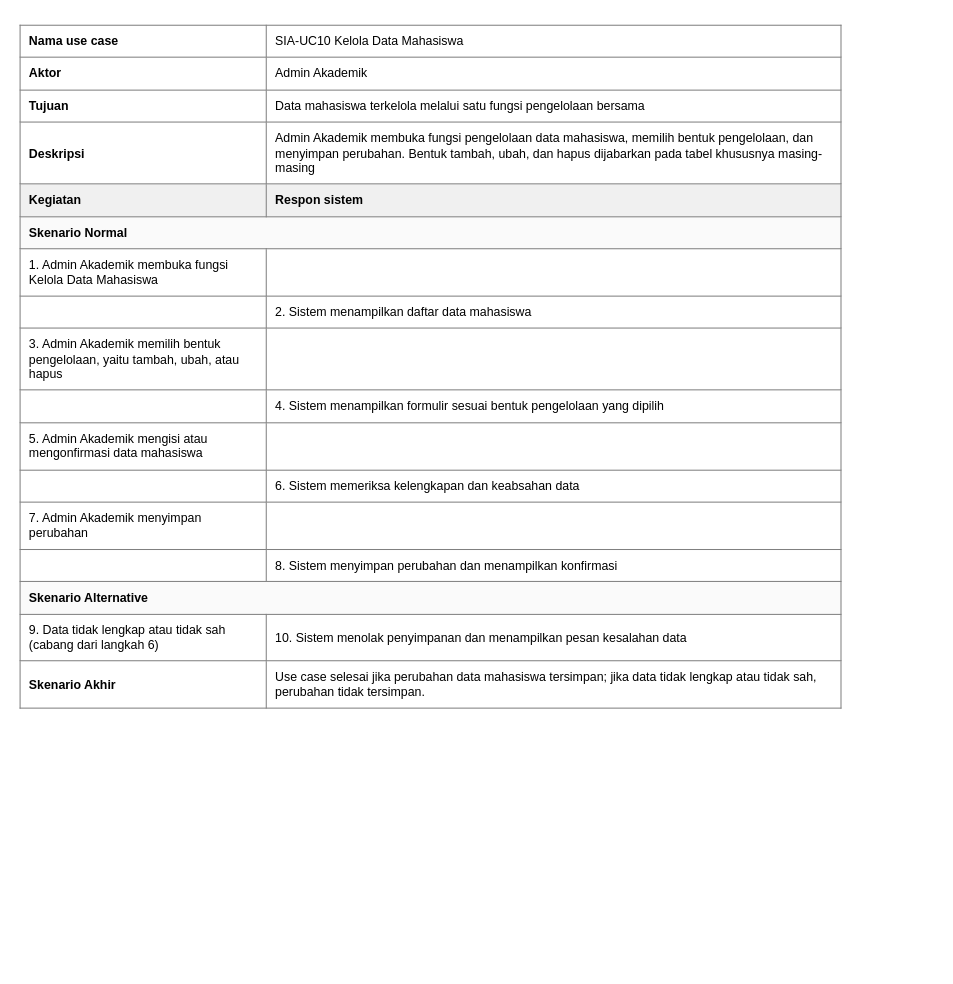
The draw.io diagram page "SIA-UC10" (4 of 7) of 04_Model_Analisis/P05/SIA/P05_2406072_SIA_usecase_v01.drawio in nabilmuhammadramadhan/IFRWP5149_2406072_LabAlat, before the edit. Source tidied: cells renumbered, new cells numbered last; positions are measured from the earlier drawing's top-left corner, leaving out a move shared by most shapes. Both pictures are drawn from the tidied source at 103%, with x=0, y=0 at pixel (18, 18).
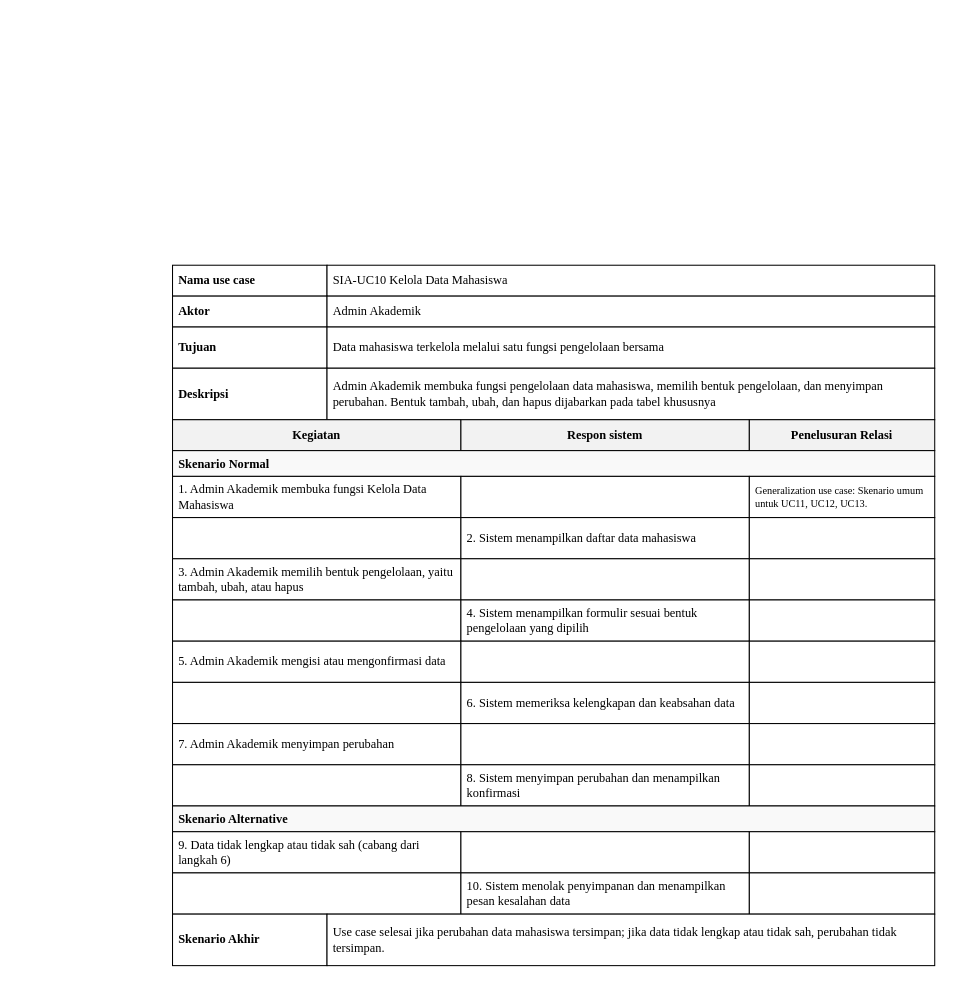
Above is the later version.

Diff of the diagram source:
```diff
@@
-    <mxCell id="2" value="&lt;table border='1' cellpadding='8' cellspacing='0' style='border-collapse:collapse; width:100%; font-family:Arial, sans-serif; font-size:12px;'&gt;     &lt;tr&gt;&lt;td width='30%'&gt;&lt;b&gt;Nama use case&lt;/b&gt;&lt;/td&gt;&lt;td&gt;SIA-UC10 Kelola Data Mahasiswa&lt;/td&gt;&lt;/tr&gt;     &lt;tr&gt;&lt;td&gt;&lt;b&gt;Aktor&lt;/b&gt;&lt;/td&gt;&lt;td&gt;Admin Akademik&lt;/td&gt;&lt;/tr&gt;     &lt;tr&gt;&lt;td&gt;&lt;b&gt;Tujuan&lt;/b&gt;&lt;/td&gt;&lt;td&gt;Data mahasiswa terkelola melalui satu fungsi pengelolaan bersama&lt;/td&gt;&lt;/tr&gt;     &lt;tr&gt;&lt;td&gt;&lt;b&gt;Deskripsi&lt;/b&gt;&lt;/td&gt;&lt;td&gt;Admin Akademik membuka fungsi pengelolaan data mahasiswa, memilih bentuk pengelolaan, dan menyimpan perubahan. Bentuk tambah, ubah, dan hapus dijabarkan pada tabel khususnya masing-masing&lt;/td&gt;&lt;/tr&gt;     &lt;tr style='background-color:#f0f0f0;'&gt;&lt;td&gt;&lt;b&gt;Kegiatan&lt;/b&gt;&lt;/td&gt;&lt;td&gt;&lt;b&gt;Respon sistem&lt;/b&gt;&lt;/td&gt;&lt;/tr&gt;     &lt;tr style='background-color:#fafafa;'&gt;&lt;td colspan='2'&gt;&lt;b&gt;Skenario Normal&lt;/b&gt;&lt;/td&gt;&lt;/tr&gt;     &lt;tr&gt;&lt;td&gt;1. Admin Akademik membuka fungsi Kelola Data Mahasiswa&lt;/td&gt;&lt;td&gt;&lt;/td&gt;&lt;/tr&gt;     &lt;tr&gt;&lt;td&gt;&lt;/td&gt;&lt;td&gt;2. Sistem menampilkan daftar data mahasiswa&lt;/td&gt;&lt;/tr&gt;     &lt;tr&gt;&lt;td&gt;3. Admin Akademik memilih bentuk pengelolaan, yaitu tambah, ubah, atau hapus&lt;/td&gt;&lt;td&gt;&lt;/td&gt;&lt;/tr&gt;     &lt;tr&gt;&lt;td&gt;&lt;/td&gt;&lt;td&gt;4. Sistem menampilkan formulir sesuai bentuk pengelolaan yang dipilih&lt;/td&gt;&lt;/tr&gt;     &lt;tr&gt;&lt;td&gt;5. Admin Akademik mengisi atau mengonfirmasi data mahasiswa&lt;/td&gt;&lt;td&gt;&lt;/td&gt;&lt;/tr&gt;     &lt;tr&gt;&lt;td&gt;&lt;/td&gt;&lt;td&gt;6. Sistem memeriksa kelengkapan dan keabsahan data&lt;/td&gt;&lt;/tr&gt;     &lt;tr&gt;&lt;td&gt;7. Admin Akademik menyimpan perubahan&lt;/td&gt;&lt;td&gt;&lt;/td&gt;&lt;/tr&gt;     &lt;tr&gt;&lt;td&gt;&lt;/td&gt;&lt;td&gt;8. Sistem menyimpan perubahan dan menampilkan konfirmasi&lt;/td&gt;&lt;/tr&gt;     &lt;tr style='background-color:#fafafa;'&gt;&lt;td colspan='2'&gt;&lt;b&gt;Skenario Alternative&lt;/b&gt;&lt;/td&gt;&lt;/tr&gt;     &lt;tr&gt;&lt;td&gt;9. Data tidak lengkap atau tidak sah (cabang dari langkah 6)&lt;/td&gt;&lt;td&gt;10. Sistem menolak penyimpanan dan menampilkan pesan kesalahan data&lt;/td&gt;&lt;/tr&gt;     &lt;tr&gt;&lt;td&gt;&lt;b&gt;Skenario Akhir&lt;/b&gt;&lt;/td&gt;&lt;td&gt;Use case selesai jika perubahan data mahasiswa tersimpan; jika data tidak lengkap atau tidak sah, perubahan tidak tersimpan.&lt;/td&gt;&lt;/tr&gt;     &lt;/table&gt;" style="text;html=1;whiteSpace=wrap;" parent="1" vertex="1">
-      <mxGeometry width="800" height="600" as="geometry" />
-    </mxCell>
+    <mxCell id="3" value="Nama use case" style="rounded=0;whiteSpace=wrap;html=1;align=left;verticalAlign=middle;spacingLeft=4;fontFamily=Times New Roman;fontSize=12;strokeColor=#000000;fillColor=#FFFFFF;fontStyle=1;" parent="1" vertex="1">
+      <mxGeometry x="150" y="240" width="150" height="30" as="geometry" />
+    </mxCell>
+    <mxCell id="4" value="SIA-UC10 Kelola Data Mahasiswa" style="rounded=0;whiteSpace=wrap;html=1;align=left;verticalAlign=middle;spacingLeft=4;fontFamily=Times New Roman;fontSize=12;strokeColor=#000000;fillColor=#FFFFFF;" parent="1" vertex="1">
+      <mxGeometry x="300" y="240" width="590" height="30" as="geometry" />
+    </mxCell>
+    <mxCell id="5" value="Aktor" style="rounded=0;whiteSpace=wrap;html=1;align=left;verticalAlign=middle;spacingLeft=4;fontFamily=Times New Roman;fontSize=12;strokeColor=#000000;fillColor=#FFFFFF;fontStyle=1;" parent="1" vertex="1">
+      <mxGeometry x="150" y="270" width="150" height="30" as="geometry" />
+    </mxCell>
+    <mxCell id="6" value="Admin Akademik" style="rounded=0;whiteSpace=wrap;html=1;align=left;verticalAlign=middle;spacingLeft=4;fontFamily=Times New Roman;fontSize=12;strokeColor=#000000;fillColor=#FFFFFF;" parent="1" vertex="1">
+      <mxGeometry x="300" y="270" width="590" height="30" as="geometry" />
+    </mxCell>
+    <mxCell id="7" value="Tujuan" style="rounded=0;whiteSpace=wrap;html=1;align=left;verticalAlign=middle;spacingLeft=4;fontFamily=Times New Roman;fontSize=12;strokeColor=#000000;fillColor=#FFFFFF;fontStyle=1;" parent="1" vertex="1">
+      <mxGeometry x="150" y="300" width="150" height="40" as="geometry" />
+    </mxCell>
+    <mxCell id="8" value="Data mahasiswa terkelola melalui satu fungsi pengelolaan bersama" style="rounded=0;whiteSpace=wrap;html=1;align=left;verticalAlign=middle;spacingLeft=4;fontFamily=Times New Roman;fontSize=12;strokeColor=#000000;fillColor=#FFFFFF;" parent="1" vertex="1">
+      <mxGeometry x="300" y="300" width="590" height="40" as="geometry" />
+    </mxCell>
+    <mxCell id="9" value="Deskripsi" style="rounded=0;whiteSpace=wrap;html=1;align=left;verticalAlign=middle;spacingLeft=4;fontFamily=Times New Roman;fontSize=12;strokeColor=#000000;fillColor=#FFFFFF;fontStyle=1;" parent="1" vertex="1">
+      <mxGeometry x="150" y="340" width="150" height="50" as="geometry" />
+    </mxCell>
+    <mxCell id="10" value="Admin Akademik membuka fungsi pengelolaan data mahasiswa, memilih bentuk pengelolaan, dan menyimpan perubahan. Bentuk tambah, ubah, dan hapus dijabarkan pada tabel khususnya" style="rounded=0;whiteSpace=wrap;html=1;align=left;verticalAlign=middle;spacingLeft=4;fontFamily=Times New Roman;fontSize=12;strokeColor=#000000;fillColor=#FFFFFF;" parent="1" vertex="1">
+      <mxGeometry x="300" y="340" width="590" height="50" as="geometry" />
+    </mxCell>
+    <mxCell id="11" value="Kegiatan" style="rounded=0;whiteSpace=wrap;html=1;align=center;verticalAlign=middle;fontFamily=Times New Roman;fontSize=12;strokeColor=#000000;fillColor=#F2F2F2;fontStyle=1;" parent="1" vertex="1">
+      <mxGeometry x="150" y="390" width="280" height="30" as="geometry" />
+    </mxCell>
+    <mxCell id="12" value="Respon sistem" style="rounded=0;whiteSpace=wrap;html=1;align=center;verticalAlign=middle;fontFamily=Times New Roman;fontSize=12;strokeColor=#000000;fillColor=#F2F2F2;fontStyle=1;" parent="1" vertex="1">
+      <mxGeometry x="430" y="390" width="280" height="30" as="geometry" />
+    </mxCell>
+    <mxCell id="13" value="Penelusuran Relasi" style="rounded=0;whiteSpace=wrap;html=1;align=center;verticalAlign=middle;fontFamily=Times New Roman;fontSize=12;strokeColor=#000000;fillColor=#F2F2F2;fontStyle=1;" parent="1" vertex="1">
+      <mxGeometry x="710" y="390" width="180" height="30" as="geometry" />
+    </mxCell>
+    <mxCell id="14" value="Skenario Normal" style="rounded=0;whiteSpace=wrap;html=1;align=left;verticalAlign=middle;spacingLeft=4;fontFamily=Times New Roman;fontSize=12;strokeColor=#000000;fillColor=#F9F9F9;fontStyle=1;" parent="1" vertex="1">
+      <mxGeometry x="150" y="420" width="740" height="25" as="geometry" />
+    </mxCell>
+    <mxCell id="15" value="1. Admin Akademik membuka fungsi Kelola Data Mahasiswa" style="rounded=0;whiteSpace=wrap;html=1;align=left;verticalAlign=middle;spacingLeft=4;fontFamily=Times New Roman;fontSize=12;strokeColor=#000000;fillColor=#FFFFFF;" parent="1" vertex="1">
+      <mxGeometry x="150" y="445" width="280" height="40" as="geometry" />
+    </mxCell>
+    <mxCell id="16" style="rounded=0;whiteSpace=wrap;html=1;align=left;verticalAlign=middle;spacingLeft=4;fontFamily=Times New Roman;fontSize=12;strokeColor=#000000;fillColor=#FFFFFF;" parent="1" vertex="1">
+      <mxGeometry x="430" y="445" width="280" height="40" as="geometry" />
+    </mxCell>
+    <mxCell id="17" value="Generalization use case: Skenario umum untuk UC11, UC12, UC13." style="rounded=0;whiteSpace=wrap;html=1;align=left;verticalAlign=middle;spacingLeft=4;fontFamily=Times New Roman;fontSize=10;strokeColor=#000000;fillColor=#FFFFFF;" parent="1" vertex="1">
+      <mxGeometry x="710" y="445" width="180" height="40" as="geometry" />
+    </mxCell>
+    <mxCell id="18" style="rounded=0;whiteSpace=wrap;html=1;align=left;verticalAlign=middle;spacingLeft=4;fontFamily=Times New Roman;fontSize=12;strokeColor=#000000;fillColor=#FFFFFF;" parent="1" vertex="1">
+      <mxGeometry x="150" y="485" width="280" height="40" as="geometry" />
+    </mxCell>
+    <mxCell id="19" value="2. Sistem menampilkan daftar data mahasiswa" style="rounded=0;whiteSpace=wrap;html=1;align=left;verticalAlign=middle;spacingLeft=4;fontFamily=Times New Roman;fontSize=12;strokeColor=#000000;fillColor=#FFFFFF;" parent="1" vertex="1">
+      <mxGeometry x="430" y="485" width="280" height="40" as="geometry" />
+    </mxCell>
+    <mxCell id="20" style="rounded=0;whiteSpace=wrap;html=1;align=left;verticalAlign=middle;spacingLeft=4;fontFamily=Times New Roman;fontSize=10;strokeColor=#000000;fillColor=#FFFFFF;" parent="1" vertex="1">
+      <mxGeometry x="710" y="485" width="180" height="40" as="geometry" />
+    </mxCell>
+    <mxCell id="21" value="3. Admin Akademik memilih bentuk pengelolaan, yaitu tambah, ubah, atau hapus" style="rounded=0;whiteSpace=wrap;html=1;align=left;verticalAlign=middle;spacingLeft=4;fontFamily=Times New Roman;fontSize=12;strokeColor=#000000;fillColor=#FFFFFF;" parent="1" vertex="1">
+      <mxGeometry x="150" y="525" width="280" height="40" as="geometry" />
+    </mxCell>
+    <mxCell id="22" style="rounded=0;whiteSpace=wrap;html=1;align=left;verticalAlign=middle;spacingLeft=4;fontFamily=Times New Roman;fontSize=12;strokeColor=#000000;fillColor=#FFFFFF;" parent="1" vertex="1">
+      <mxGeometry x="430" y="525" width="280" height="40" as="geometry" />
+    </mxCell>
+    <mxCell id="23" style="rounded=0;whiteSpace=wrap;html=1;align=left;verticalAlign=middle;spacingLeft=4;fontFamily=Times New Roman;fontSize=10;strokeColor=#000000;fillColor=#FFFFFF;" parent="1" vertex="1">
+      <mxGeometry x="710" y="525" width="180" height="40" as="geometry" />
+    </mxCell>
+    <mxCell id="24" style="rounded=0;whiteSpace=wrap;html=1;align=left;verticalAlign=middle;spacingLeft=4;fontFamily=Times New Roman;fontSize=12;strokeColor=#000000;fillColor=#FFFFFF;" parent="1" vertex="1">
+      <mxGeometry x="150" y="565" width="280" height="40" as="geometry" />
+    </mxCell>
+    <mxCell id="25" value="4. Sistem menampilkan formulir sesuai bentuk pengelolaan yang dipilih" style="rounded=0;whiteSpace=wrap;html=1;align=left;verticalAlign=middle;spacingLeft=4;fontFamily=Times New Roman;fontSize=12;strokeColor=#000000;fillColor=#FFFFFF;" parent="1" vertex="1">
+      <mxGeometry x="430" y="565" width="280" height="40" as="geometry" />
+    </mxCell>
+    <mxCell id="26" style="rounded=0;whiteSpace=wrap;html=1;align=left;verticalAlign=middle;spacingLeft=4;fontFamily=Times New Roman;fontSize=10;strokeColor=#000000;fillColor=#FFFFFF;" parent="1" vertex="1">
+      <mxGeometry x="710" y="565" width="180" height="40" as="geometry" />
+    </mxCell>
+    <mxCell id="27" value="5. Admin Akademik mengisi atau mengonfirmasi data" style="rounded=0;whiteSpace=wrap;html=1;align=left;verticalAlign=middle;spacingLeft=4;fontFamily=Times New Roman;fontSize=12;strokeColor=#000000;fillColor=#FFFFFF;" parent="1" vertex="1">
+      <mxGeometry x="150" y="605" width="280" height="40" as="geometry" />
+    </mxCell>
+    <mxCell id="28" style="rounded=0;whiteSpace=wrap;html=1;align=left;verticalAlign=middle;spacingLeft=4;fontFamily=Times New Roman;fontSize=12;strokeColor=#000000;fillColor=#FFFFFF;" parent="1" vertex="1">
+      <mxGeometry x="430" y="605" width="280" height="40" as="geometry" />
+    </mxCell>
+    <mxCell id="29" style="rounded=0;whiteSpace=wrap;html=1;align=left;verticalAlign=middle;spacingLeft=4;fontFamily=Times New Roman;fontSize=10;strokeColor=#000000;fillColor=#FFFFFF;" parent="1" vertex="1">
+      <mxGeometry x="710" y="605" width="180" height="40" as="geometry" />
+    </mxCell>
+    <mxCell id="30" style="rounded=0;whiteSpace=wrap;html=1;align=left;verticalAlign=middle;spacingLeft=4;fontFamily=Times New Roman;fontSize=12;strokeColor=#000000;fillColor=#FFFFFF;" parent="1" vertex="1">
+      <mxGeometry x="150" y="645" width="280" height="40" as="geometry" />
+    </mxCell>
+    <mxCell id="31" value="6. Sistem memeriksa kelengkapan dan keabsahan data" style="rounded=0;whiteSpace=wrap;html=1;align=left;verticalAlign=middle;spacingLeft=4;fontFamily=Times New Roman;fontSize=12;strokeColor=#000000;fillColor=#FFFFFF;" parent="1" vertex="1">
+      <mxGeometry x="430" y="645" width="280" height="40" as="geometry" />
+    </mxCell>
+    <mxCell id="32" style="rounded=0;whiteSpace=wrap;html=1;align=left;verticalAlign=middle;spacingLeft=4;fontFamily=Times New Roman;fontSize=10;strokeColor=#000000;fillColor=#FFFFFF;" parent="1" vertex="1">
+      <mxGeometry x="710" y="645" width="180" height="40" as="geometry" />
+    </mxCell>
+    <mxCell id="33" value="7. Admin Akademik menyimpan perubahan" style="rounded=0;whiteSpace=wrap;html=1;align=left;verticalAlign=middle;spacingLeft=4;fontFamily=Times New Roman;fontSize=12;strokeColor=#000000;fillColor=#FFFFFF;" parent="1" vertex="1">
+      <mxGeometry x="150" y="685" width="280" height="40" as="geometry" />
+    </mxCell>
+    <mxCell id="34" style="rounded=0;whiteSpace=wrap;html=1;align=left;verticalAlign=middle;spacingLeft=4;fontFamily=Times New Roman;fontSize=12;strokeColor=#000000;fillColor=#FFFFFF;" parent="1" vertex="1">
+      <mxGeometry x="430" y="685" width="280" height="40" as="geometry" />
+    </mxCell>
+    <mxCell id="35" style="rounded=0;whiteSpace=wrap;html=1;align=left;verticalAlign=middle;spacingLeft=4;fontFamily=Times New Roman;fontSize=10;strokeColor=#000000;fillColor=#FFFFFF;" parent="1" vertex="1">
+      <mxGeometry x="710" y="685" width="180" height="40" as="geometry" />
+    </mxCell>
+    <mxCell id="36" style="rounded=0;whiteSpace=wrap;html=1;align=left;verticalAlign=middle;spacingLeft=4;fontFamily=Times New Roman;fontSize=12;strokeColor=#000000;fillColor=#FFFFFF;" parent="1" vertex="1">
+      <mxGeometry x="150" y="725" width="280" height="40" as="geometry" />
+    </mxCell>
+    <mxCell id="37" value="8. Sistem menyimpan perubahan dan menampilkan konfirmasi" style="rounded=0;whiteSpace=wrap;html=1;align=left;verticalAlign=middle;spacingLeft=4;fontFamily=Times New Roman;fontSize=12;strokeColor=#000000;fillColor=#FFFFFF;" parent="1" vertex="1">
+      <mxGeometry x="430" y="725" width="280" height="40" as="geometry" />
+    </mxCell>
+    <mxCell id="38" style="rounded=0;whiteSpace=wrap;html=1;align=left;verticalAlign=middle;spacingLeft=4;fontFamily=Times New Roman;fontSize=10;strokeColor=#000000;fillColor=#FFFFFF;" parent="1" vertex="1">
+      <mxGeometry x="710" y="725" width="180" height="40" as="geometry" />
+    </mxCell>
+    <mxCell id="39" value="Skenario Alternative" style="rounded=0;whiteSpace=wrap;html=1;align=left;verticalAlign=middle;spacingLeft=4;fontFamily=Times New Roman;fontSize=12;strokeColor=#000000;fillColor=#F9F9F9;fontStyle=1;" parent="1" vertex="1">
+      <mxGeometry x="150" y="765" width="740" height="25" as="geometry" />
+    </mxCell>
+    <mxCell id="40" value="9. Data tidak lengkap atau tidak sah (cabang dari langkah 6)" style="rounded=0;whiteSpace=wrap;html=1;align=left;verticalAlign=middle;spacingLeft=4;fontFamily=Times New Roman;fontSize=12;strokeColor=#000000;fillColor=#FFFFFF;" parent="1" vertex="1">
+      <mxGeometry x="150" y="790" width="280" height="40" as="geometry" />
+    </mxCell>
+    <mxCell id="41" style="rounded=0;whiteSpace=wrap;html=1;align=left;verticalAlign=middle;spacingLeft=4;fontFamily=Times New Roman;fontSize=12;strokeColor=#000000;fillColor=#FFFFFF;" parent="1" vertex="1">
+      <mxGeometry x="430" y="790" width="280" height="40" as="geometry" />
+    </mxCell>
+    <mxCell id="42" style="rounded=0;whiteSpace=wrap;html=1;align=left;verticalAlign=middle;spacingLeft=4;fontFamily=Times New Roman;fontSize=10;strokeColor=#000000;fillColor=#FFFFFF;" parent="1" vertex="1">
+      <mxGeometry x="710" y="790" width="180" height="40" as="geometry" />
+    </mxCell>
+    <mxCell id="43" style="rounded=0;whiteSpace=wrap;html=1;align=left;verticalAlign=middle;spacingLeft=4;fontFamily=Times New Roman;fontSize=12;strokeColor=#000000;fillColor=#FFFFFF;" parent="1" vertex="1">
+      <mxGeometry x="150" y="830" width="280" height="40" as="geometry" />
+    </mxCell>
+    <mxCell id="44" value="10. Sistem menolak penyimpanan dan menampilkan pesan kesalahan data" style="rounded=0;whiteSpace=wrap;html=1;align=left;verticalAlign=middle;spacingLeft=4;fontFamily=Times New Roman;fontSize=12;strokeColor=#000000;fillColor=#FFFFFF;" parent="1" vertex="1">
+      <mxGeometry x="430" y="830" width="280" height="40" as="geometry" />
+    </mxCell>
+    <mxCell id="45" style="rounded=0;whiteSpace=wrap;html=1;align=left;verticalAlign=middle;spacingLeft=4;fontFamily=Times New Roman;fontSize=10;strokeColor=#000000;fillColor=#FFFFFF;" parent="1" vertex="1">
+      <mxGeometry x="710" y="830" width="180" height="40" as="geometry" />
+    </mxCell>
+    <mxCell id="46" value="Skenario Akhir" style="rounded=0;whiteSpace=wrap;html=1;align=left;verticalAlign=middle;spacingLeft=4;fontFamily=Times New Roman;fontSize=12;strokeColor=#000000;fillColor=#FFFFFF;fontStyle=1;" parent="1" vertex="1">
+      <mxGeometry x="150" y="870" width="150" height="50" as="geometry" />
+    </mxCell>
+    <mxCell id="47" value="Use case selesai jika perubahan data mahasiswa tersimpan; jika data tidak lengkap atau tidak sah, perubahan tidak tersimpan." style="rounded=0;whiteSpace=wrap;html=1;align=left;verticalAlign=middle;spacingLeft=4;fontFamily=Times New Roman;fontSize=12;strokeColor=#000000;fillColor=#FFFFFF;" parent="1" vertex="1">
+      <mxGeometry x="300" y="870" width="590" height="50" as="geometry" />
+    </mxCell>
```
